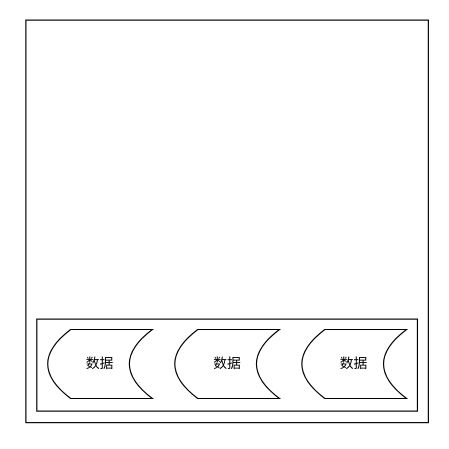
Above: simulation.drawio in KoenZhang/image (draw.io), before the change. Source tidied: cells renumbered, new cells numbered last; positions are measured from the earlier drawing's top-left corner, leaving out a move shared by most shapes. Both pictures are drawn from the tidied source at 115%, with x=0, y=0 at pixel (25, 20).
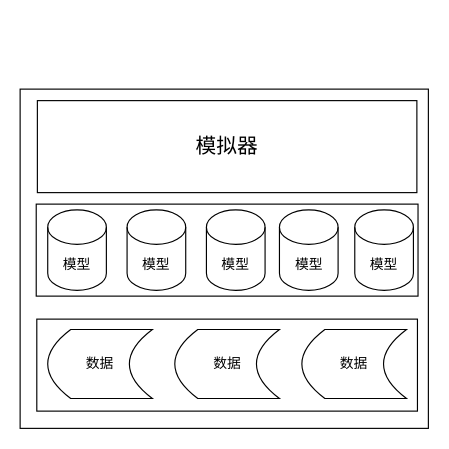
Above is the later version.

Change to the diagram source:
```diff
@@
 <mxGraphModel>
   <root>
     <mxCell id="0" />
     <mxCell id="1" parent="0" />
-    <mxCell id="2" style="whiteSpace=wrap;html=1;" parent="1" vertex="1">
-      <mxGeometry width="350" height="350" as="geometry" />
-    </mxCell>
+    <mxCell id="7" style="rounded=0;whiteSpace=wrap;html=1;" parent="1" vertex="1">
+      <mxGeometry x="-5" y="60" width="355" height="295" as="geometry" />
+    </mxCell>
     <mxCell id="3" style="rounded=0;whiteSpace=wrap;html=1;" parent="1" vertex="1">
       <mxGeometry x="9.5" y="260" width="331" height="80" as="geometry" />
     </mxCell>
     <mxCell id="4" value="数据" style="shape=dataStorage;whiteSpace=wrap;html=1;fixedSize=1;" parent="1" vertex="1">
       <mxGeometry x="19" y="269" width="91" height="60" as="geometry" />
     </mxCell>
     <mxCell id="5" value="数据" style="shape=dataStorage;whiteSpace=wrap;html=1;fixedSize=1;" parent="1" vertex="1">
       <mxGeometry x="129.5" y="269" width="91" height="60" as="geometry" />
     </mxCell>
     <mxCell id="6" value="数据" style="shape=dataStorage;whiteSpace=wrap;html=1;fixedSize=1;" parent="1" vertex="1">
       <mxGeometry x="240" y="269" width="91" height="60" as="geometry" />
     </mxCell>
+    <mxCell id="8" style="rounded=0;whiteSpace=wrap;html=1;" parent="1" vertex="1">
+      <mxGeometry x="9" y="160" width="332" height="80" as="geometry" />
+    </mxCell>
+    <mxCell id="9" value="模型" style="shape=cylinder3;whiteSpace=wrap;html=1;boundedLbl=1;backgroundOutline=1;size=15;" parent="1" vertex="1">
+      <mxGeometry x="19" y="165" width="51" height="70" as="geometry" />
+    </mxCell>
+    <mxCell id="10" value="模型" style="shape=cylinder3;whiteSpace=wrap;html=1;boundedLbl=1;backgroundOutline=1;size=15;" parent="1" vertex="1">
+      <mxGeometry x="88" y="165" width="51" height="70" as="geometry" />
+    </mxCell>
+    <mxCell id="11" value="模型" style="shape=cylinder3;whiteSpace=wrap;html=1;boundedLbl=1;backgroundOutline=1;size=15;" parent="1" vertex="1">
+      <mxGeometry x="157" y="165" width="51" height="70" as="geometry" />
+    </mxCell>
+    <mxCell id="12" value="模型" style="shape=cylinder3;whiteSpace=wrap;html=1;boundedLbl=1;backgroundOutline=1;size=15;" parent="1" vertex="1">
+      <mxGeometry x="220.5" y="165" width="51" height="70" as="geometry" />
+    </mxCell>
+    <mxCell id="13" value="模型" style="shape=cylinder3;whiteSpace=wrap;html=1;boundedLbl=1;backgroundOutline=1;size=15;" parent="1" vertex="1">
+      <mxGeometry x="286" y="165" width="51" height="70" as="geometry" />
+    </mxCell>
+    <mxCell id="14" value="&lt;font style=&quot;font-size: 18px&quot;&gt;模拟器&lt;/font&gt;" style="rounded=0;whiteSpace=wrap;html=1;" parent="1" vertex="1">
+      <mxGeometry x="10" y="70" width="330" height="80" as="geometry" />
+    </mxCell>
   </root>
 </mxGraphModel>
```
